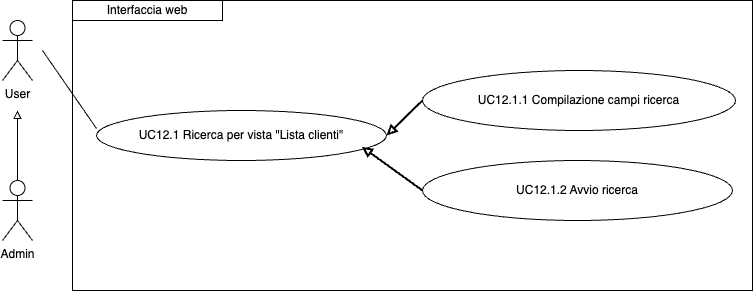
This is imgs/Uml/UC12.1.png from ShameIRL/farmacode, a draw.io export, as it was before one commit. Source tidied: cells renumbered, new cells last; positions are measured from the earlier drawing's top-left corner, leaving out a move shared by most shapes.
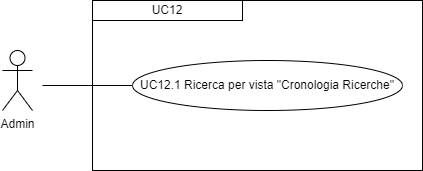
The same diagram one commit later.

Diff of the diagram source:
```diff
@@ -2,42 +2,22 @@
   <root>
     <mxCell id="0" />
     <mxCell id="1" parent="0" />
-    <mxCell id="2" value="UC12.1.1 Compilazione campi ricerca" style="ellipse;whiteSpace=wrap;html=1;" parent="1" vertex="1">
-      <mxGeometry x="420" y="70" width="313" height="60" as="geometry" />
-    </mxCell>
-    <mxCell id="3" value="UC12.1.2 Avvio ricerca" style="ellipse;whiteSpace=wrap;html=1;" parent="1" vertex="1">
-      <mxGeometry x="420" y="160" width="310" height="60" as="geometry" />
-    </mxCell>
-    <mxCell id="4" value="UC12.1 Ricerca per vista &quot;Lista clienti&quot;" style="ellipse;whiteSpace=wrap;html=1;" parent="1" vertex="1">
-      <mxGeometry x="94" y="110" width="290" height="50" as="geometry" />
-    </mxCell>
-    <mxCell id="5" style="endArrow=none;html=1;rounded=0;entryX=0;entryY=0.36;entryDx=0;entryDy=0;entryPerimeter=0;" parent="1" edge="1" target="4">
-      <mxGeometry relative="1" as="geometry">
-        <mxPoint x="40" y="50" as="sourcePoint" />
-      </mxGeometry>
-    </mxCell>
-    <mxCell id="6" style="endArrow=none;html=1;rounded=0;entryX=0;entryY=0.5;entryDx=0;entryDy=0;startArrow=block;startFill=0;strokeWidth=2;exitX=1;exitY=0.5;exitDx=0;exitDy=0;" parent="1" edge="1" source="4" target="2">
-      <mxGeometry relative="1" as="geometry" />
-    </mxCell>
-    <mxCell id="7" style="endArrow=none;html=1;rounded=0;entryX=0;entryY=0.5;entryDx=0;entryDy=0;startArrow=block;startFill=0;strokeWidth=2;exitX=0.915;exitY=0.725;exitDx=0;exitDy=0;exitPerimeter=0;" parent="1" edge="1" source="4" target="3">
-      <mxGeometry relative="1" as="geometry" />
-    </mxCell>
-    <mxCell id="8" value="Interfaccia web" style="rounded=0;whiteSpace=wrap;html=1;" parent="1" vertex="1">
-      <mxGeometry x="70" width="150" height="20" as="geometry" />
-    </mxCell>
-    <mxCell id="9" style="edgeStyle=orthogonalEdgeStyle;rounded=0;jettySize=auto;html=1;exitX=0.5;exitY=0;exitDx=0;exitDy=0;exitPerimeter=0;endArrow=block;endFill=0;" parent="1" edge="1" source="10">
-      <mxGeometry relative="1" as="geometry">
-        <mxPoint x="15" y="110" as="targetPoint" />
-      </mxGeometry>
-    </mxCell>
     <mxCell id="10" value="Admin" style="shape=umlActor;verticalLabelPosition=bottom;verticalAlign=top;html=1;outlineConnect=0;" parent="1" vertex="1">
       <mxGeometry y="180" width="30" height="60" as="geometry" />
     </mxCell>
-    <mxCell id="11" value="User" style="shape=umlActor;verticalLabelPosition=bottom;verticalAlign=top;html=1;" parent="1" vertex="1">
-      <mxGeometry y="20" width="30" height="60" as="geometry" />
-    </mxCell>
-    <mxCell id="12" style="rounded=0;whiteSpace=wrap;html=1;fillColor=none;" parent="1" vertex="1">
-      <mxGeometry x="70" width="680" height="290" as="geometry" />
-    </mxCell>
+    <mxCell id="13" style="rounded=0;whiteSpace=wrap;html=1;fillColor=none;" parent="1" vertex="1">
+      <mxGeometry x="90" y="130" width="330" height="170" as="geometry" />
+    </mxCell>
+    <mxCell id="14" value="&lt;div style=&quot;&quot;&gt;UC12&lt;/div&gt;" style="rounded=0;whiteSpace=wrap;html=1;fillColor=none;align=center;" parent="1" vertex="1">
+      <mxGeometry x="90" y="130" width="150" height="20" as="geometry" />
+    </mxCell>
+    <mxCell id="15" value="UC12.1 Ricerca per vista &quot;Cronologia Ricerche&quot;" style="ellipse;whiteSpace=wrap;html=1;" parent="1" vertex="1">
+      <mxGeometry x="130" y="190" width="270" height="50" as="geometry" />
+    </mxCell>
+    <mxCell id="16" style="endArrow=none;html=1;rounded=0;entryX=0;entryY=0.5;entryDx=0;entryDy=0;" parent="1" edge="1" target="15">
+      <mxGeometry relative="1" as="geometry">
+        <mxPoint x="40" y="215" as="sourcePoint" />
+      </mxGeometry>
+    </mxCell>
   </root>
 </mxGraphModel>
```
